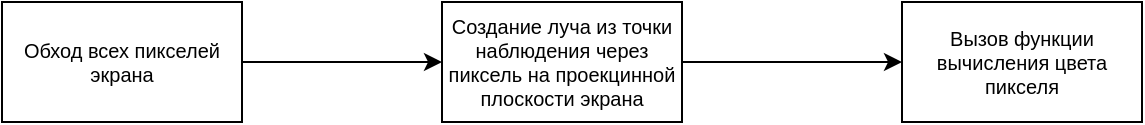
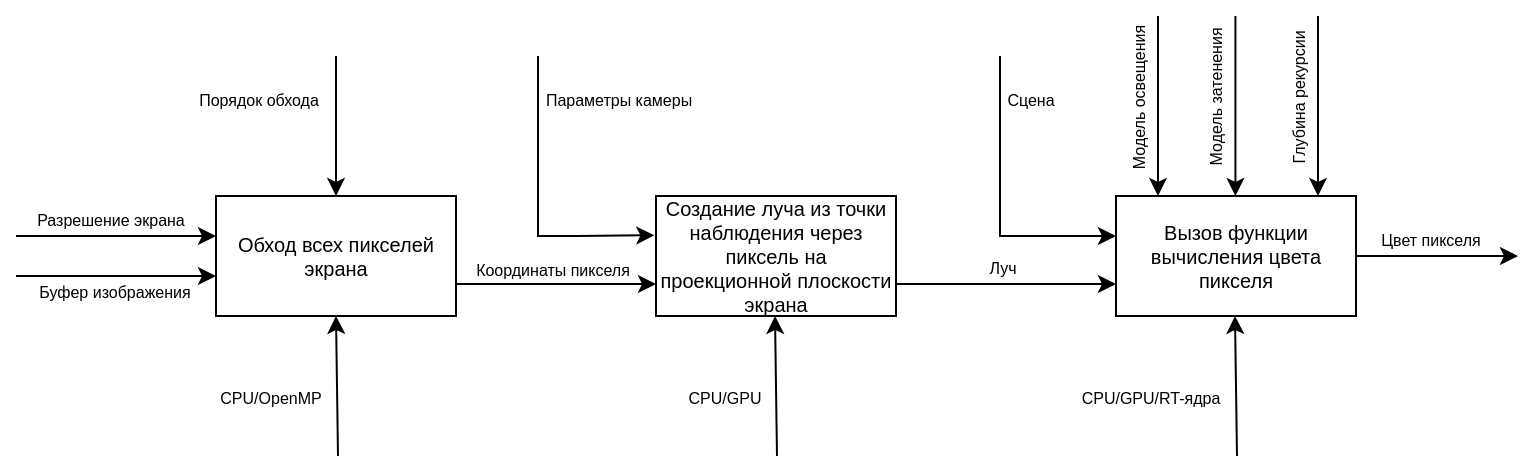
<mxfile host="Electron" agent="Mozilla/5.0 (Windows NT 10.0; Win64; x64) AppleWebKit/537.36 (KHTML, like Gecko) draw.io/26.0.9 Chrome/128.0.6613.186 Electron/32.2.5 Safari/537.36" version="26.0.9">
  <diagram name="Страница — 1" id="oJg4LkoMcXPC6njq8dp6">
-     <mxGraphModel dx="989" dy="577" grid="1" gridSize="10" guides="1" tooltips="1" connect="1" arrows="1" fold="1" page="1" pageScale="1" pageWidth="827" pageHeight="1169" math="0" shadow="0">
+     <mxGraphModel dx="819" dy="478" grid="1" gridSize="10" guides="1" tooltips="1" connect="1" arrows="1" fold="1" page="1" pageScale="1" pageWidth="827" pageHeight="1169" math="0" shadow="0">
      <root>
        <mxCell id="0" />
        <mxCell id="1" parent="0" />
-         <mxCell id="4BXz-0DY7b7LkDBiY6FI-1" value="" style="edgeStyle=orthogonalEdgeStyle;rounded=0;orthogonalLoop=1;jettySize=auto;html=1;" parent="1" source="4BXz-0DY7b7LkDBiY6FI-2" target="4BXz-0DY7b7LkDBiY6FI-4" edge="1">
-           <mxGeometry relative="1" as="geometry" />
+         <mxCell id="4BXz-0DY7b7LkDBiY6FI-1" value="" style="edgeStyle=orthogonalEdgeStyle;rounded=0;orthogonalLoop=1;jettySize=auto;html=1;" parent="1" edge="1">
+           <mxGeometry relative="1" as="geometry">
+             <mxPoint x="249" y="174" as="sourcePoint" />
+             <mxPoint x="349" y="174" as="targetPoint" />
+           </mxGeometry>
+         </mxCell>
+         <mxCell id="2sHmYhVdEKctW6JgktLd-13" value="&lt;font style=&quot;font-size: 8px;&quot;&gt;Координаты пикселя&lt;/font&gt;" style="edgeLabel;html=1;align=center;verticalAlign=middle;resizable=0;points=[];" vertex="1" connectable="0" parent="4BXz-0DY7b7LkDBiY6FI-1">
+           <mxGeometry x="-0.2229" y="1" relative="1" as="geometry">
+             <mxPoint x="9" y="-7" as="offset" />
+           </mxGeometry>
        </mxCell>
        <mxCell id="4BXz-0DY7b7LkDBiY6FI-2" value="Обход всех пикселей экрана" style="rounded=0;whiteSpace=wrap;html=1;fontSize=10;" parent="1" vertex="1">
          <mxGeometry x="129" y="130" width="120" height="60" as="geometry" />
        </mxCell>
-         <mxCell id="4BXz-0DY7b7LkDBiY6FI-3" value="" style="edgeStyle=orthogonalEdgeStyle;rounded=0;orthogonalLoop=1;jettySize=auto;html=1;" parent="1" source="4BXz-0DY7b7LkDBiY6FI-4" target="4BXz-0DY7b7LkDBiY6FI-5" edge="1">
-           <mxGeometry relative="1" as="geometry" />
+         <mxCell id="4BXz-0DY7b7LkDBiY6FI-3" value="" style="edgeStyle=orthogonalEdgeStyle;rounded=0;orthogonalLoop=1;jettySize=auto;html=1;" parent="1" edge="1">
+           <mxGeometry relative="1" as="geometry">
+             <mxPoint x="469" y="174" as="sourcePoint" />
+             <mxPoint x="579" y="174" as="targetPoint" />
+           </mxGeometry>
        </mxCell>
-         <mxCell id="4BXz-0DY7b7LkDBiY6FI-4" value="Создание луча из точки наблюдения через пиксель на проекцинной плоскости экрана" style="whiteSpace=wrap;html=1;rounded=0;fontSize=10;" parent="1" vertex="1">
+         <mxCell id="2sHmYhVdEKctW6JgktLd-19" value="&lt;font style=&quot;font-size: 8px;&quot;&gt;Луч&lt;/font&gt;" style="edgeLabel;html=1;align=center;verticalAlign=middle;resizable=0;points=[];" vertex="1" connectable="0" parent="4BXz-0DY7b7LkDBiY6FI-3">
+           <mxGeometry x="-0.2208" y="1" relative="1" as="geometry">
+             <mxPoint x="10" y="-8" as="offset" />
+           </mxGeometry>
+         </mxCell>
+         <mxCell id="4BXz-0DY7b7LkDBiY6FI-4" value="Создание луча из точки наблюдения через пиксель на проекционной плоскости экрана" style="whiteSpace=wrap;html=1;rounded=0;fontSize=10;" parent="1" vertex="1">
          <mxGeometry x="349" y="130" width="120" height="60" as="geometry" />
+         </mxCell>
+         <mxCell id="2sHmYhVdEKctW6JgktLd-17" style="edgeStyle=orthogonalEdgeStyle;rounded=0;orthogonalLoop=1;jettySize=auto;html=1;" edge="1" parent="1" source="4BXz-0DY7b7LkDBiY6FI-5">
+           <mxGeometry relative="1" as="geometry">
+             <mxPoint x="780" y="160" as="targetPoint" />
+           </mxGeometry>
+         </mxCell>
+         <mxCell id="2sHmYhVdEKctW6JgktLd-18" value="&lt;font style=&quot;font-size: 8px;&quot;&gt;Цвет пикселя&lt;/font&gt;" style="edgeLabel;html=1;align=center;verticalAlign=middle;resizable=0;points=[];" vertex="1" connectable="0" parent="2sHmYhVdEKctW6JgktLd-17">
+           <mxGeometry x="-0.2359" relative="1" as="geometry">
+             <mxPoint x="6" y="-9" as="offset" />
+           </mxGeometry>
        </mxCell>
        <mxCell id="4BXz-0DY7b7LkDBiY6FI-5" value="Вызов функции вычисления цвета пикселя" style="whiteSpace=wrap;html=1;rounded=0;fontSize=10;" parent="1" vertex="1">
          <mxGeometry x="579" y="130" width="120" height="60" as="geometry" />
+         </mxCell>
+         <mxCell id="2sHmYhVdEKctW6JgktLd-2" value="" style="edgeStyle=orthogonalEdgeStyle;rounded=0;orthogonalLoop=1;jettySize=auto;html=1;" edge="1" parent="1">
+           <mxGeometry relative="1" as="geometry">
+             <mxPoint x="29" y="169.99999999999997" as="sourcePoint" />
+             <mxPoint x="129" y="169.99999999999997" as="targetPoint" />
+           </mxGeometry>
+         </mxCell>
+         <mxCell id="2sHmYhVdEKctW6JgktLd-3" value="" style="edgeStyle=orthogonalEdgeStyle;rounded=0;orthogonalLoop=1;jettySize=auto;html=1;" edge="1" parent="1">
+           <mxGeometry relative="1" as="geometry">
+             <mxPoint x="29" y="149.99999999999997" as="sourcePoint" />
+             <mxPoint x="129" y="149.99999999999997" as="targetPoint" />
+           </mxGeometry>
+         </mxCell>
+         <mxCell id="2sHmYhVdEKctW6JgktLd-4" value="&lt;font style=&quot;font-size: 8px;&quot;&gt;Разрешение экрана&lt;/font&gt;" style="edgeLabel;html=1;align=center;verticalAlign=middle;resizable=0;points=[];" vertex="1" connectable="0" parent="2sHmYhVdEKctW6JgktLd-3">
+           <mxGeometry x="-0.1613" relative="1" as="geometry">
+             <mxPoint x="5" y="-9" as="offset" />
+           </mxGeometry>
+         </mxCell>
+         <mxCell id="2sHmYhVdEKctW6JgktLd-5" value="&lt;font style=&quot;font-size: 8px;&quot;&gt;Буфер изображения&lt;/font&gt;" style="edgeLabel;html=1;align=center;verticalAlign=middle;resizable=0;points=[];" vertex="1" connectable="0" parent="1">
+           <mxGeometry x="78" y="177" as="geometry" />
+         </mxCell>
+         <mxCell id="2sHmYhVdEKctW6JgktLd-9" value="" style="endArrow=classic;html=1;rounded=0;entryX=0.5;entryY=0;entryDx=0;entryDy=0;" edge="1" parent="1" target="4BXz-0DY7b7LkDBiY6FI-2">
+           <mxGeometry width="50" height="50" relative="1" as="geometry">
+             <mxPoint x="189" y="60" as="sourcePoint" />
+             <mxPoint x="250" y="80" as="targetPoint" />
+           </mxGeometry>
+         </mxCell>
+         <mxCell id="2sHmYhVdEKctW6JgktLd-10" value="&lt;font style=&quot;font-size: 8px;&quot;&gt;Порядок обхода&lt;/font&gt;" style="edgeLabel;html=1;align=center;verticalAlign=middle;resizable=0;points=[];fontSize=11;" vertex="1" connectable="0" parent="2sHmYhVdEKctW6JgktLd-9">
+           <mxGeometry x="0.2952" y="1" relative="1" as="geometry">
+             <mxPoint x="-40" y="-25" as="offset" />
+           </mxGeometry>
+         </mxCell>
+         <mxCell id="2sHmYhVdEKctW6JgktLd-11" value="" style="endArrow=classic;html=1;rounded=0;entryX=0.5;entryY=1;entryDx=0;entryDy=0;" edge="1" parent="1" target="4BXz-0DY7b7LkDBiY6FI-2">
+           <mxGeometry width="50" height="50" relative="1" as="geometry">
+             <mxPoint x="190" y="260" as="sourcePoint" />
+             <mxPoint x="240" y="160" as="targetPoint" />
+           </mxGeometry>
+         </mxCell>
+         <mxCell id="2sHmYhVdEKctW6JgktLd-12" value="&lt;font style=&quot;font-size: 8px;&quot;&gt;CPU/OpenMP&lt;/font&gt;" style="edgeLabel;html=1;align=center;verticalAlign=middle;resizable=0;points=[];" vertex="1" connectable="0" parent="2sHmYhVdEKctW6JgktLd-11">
+           <mxGeometry x="-0.486" y="-1" relative="1" as="geometry">
+             <mxPoint x="-35" y="-12" as="offset" />
+           </mxGeometry>
+         </mxCell>
+         <mxCell id="2sHmYhVdEKctW6JgktLd-14" value="" style="endArrow=classic;html=1;rounded=0;entryX=-0.007;entryY=0.327;entryDx=0;entryDy=0;entryPerimeter=0;" edge="1" parent="1" target="4BXz-0DY7b7LkDBiY6FI-4">
+           <mxGeometry width="50" height="50" relative="1" as="geometry">
+             <mxPoint x="290" y="60" as="sourcePoint" />
+             <mxPoint x="320" y="140" as="targetPoint" />
+             <Array as="points">
+               <mxPoint x="290" y="150" />
+               <mxPoint x="310" y="150" />
+             </Array>
+           </mxGeometry>
+         </mxCell>
+         <mxCell id="2sHmYhVdEKctW6JgktLd-16" value="&lt;font style=&quot;font-size: 8px;&quot;&gt;Параметры камеры&lt;/font&gt;" style="edgeLabel;html=1;align=center;verticalAlign=middle;resizable=0;points=[];" vertex="1" connectable="0" parent="2sHmYhVdEKctW6JgktLd-14">
+           <mxGeometry x="-0.4009" y="1" relative="1" as="geometry">
+             <mxPoint x="39" y="-24" as="offset" />
+           </mxGeometry>
+         </mxCell>
+         <mxCell id="2sHmYhVdEKctW6JgktLd-20" value="" style="endArrow=classic;html=1;rounded=0;entryX=-0.007;entryY=0.327;entryDx=0;entryDy=0;entryPerimeter=0;" edge="1" parent="1">
+           <mxGeometry width="50" height="50" relative="1" as="geometry">
+             <mxPoint x="521" y="60" as="sourcePoint" />
+             <mxPoint x="579" y="150" as="targetPoint" />
+             <Array as="points">
+               <mxPoint x="521" y="150" />
+               <mxPoint x="541" y="150" />
+             </Array>
+           </mxGeometry>
+         </mxCell>
+         <mxCell id="2sHmYhVdEKctW6JgktLd-21" value="&lt;font style=&quot;font-size: 8px;&quot;&gt;Сцена&lt;/font&gt;" style="edgeLabel;html=1;align=center;verticalAlign=middle;resizable=0;points=[];" vertex="1" connectable="0" parent="2sHmYhVdEKctW6JgktLd-20">
+           <mxGeometry x="-0.4009" y="1" relative="1" as="geometry">
+             <mxPoint x="14" y="-24" as="offset" />
+           </mxGeometry>
+         </mxCell>
+         <mxCell id="2sHmYhVdEKctW6JgktLd-22" value="" style="endArrow=classic;html=1;rounded=0;entryX=0.175;entryY=0;entryDx=0;entryDy=0;entryPerimeter=0;" edge="1" parent="1" target="4BXz-0DY7b7LkDBiY6FI-5">
+           <mxGeometry width="50" height="50" relative="1" as="geometry">
+             <mxPoint x="600" y="40" as="sourcePoint" />
+             <mxPoint x="650" y="20" as="targetPoint" />
+           </mxGeometry>
+         </mxCell>
+         <mxCell id="2sHmYhVdEKctW6JgktLd-23" value="&lt;font style=&quot;font-size: 8px;&quot;&gt;Модель освещения&lt;/font&gt;" style="edgeLabel;html=1;align=center;verticalAlign=middle;resizable=0;points=[];rotation=-90;" vertex="1" connectable="0" parent="2sHmYhVdEKctW6JgktLd-22">
+           <mxGeometry x="-0.3551" y="2" relative="1" as="geometry">
+             <mxPoint x="-13" y="12" as="offset" />
+           </mxGeometry>
+         </mxCell>
+         <mxCell id="2sHmYhVdEKctW6JgktLd-26" value="" style="endArrow=classic;html=1;rounded=0;entryX=0.175;entryY=0;entryDx=0;entryDy=0;entryPerimeter=0;" edge="1" parent="1">
+           <mxGeometry width="50" height="50" relative="1" as="geometry">
+             <mxPoint x="680" y="40" as="sourcePoint" />
+             <mxPoint x="680" y="130" as="targetPoint" />
+           </mxGeometry>
+         </mxCell>
+         <mxCell id="2sHmYhVdEKctW6JgktLd-27" value="&lt;font style=&quot;font-size: 8px;&quot;&gt;Глубина рекурсии&lt;/font&gt;" style="edgeLabel;html=1;align=center;verticalAlign=middle;resizable=0;points=[];rotation=-90;" vertex="1" connectable="0" parent="2sHmYhVdEKctW6JgktLd-26">
+           <mxGeometry x="-0.3551" y="2" relative="1" as="geometry">
+             <mxPoint x="-13" y="12" as="offset" />
+           </mxGeometry>
+         </mxCell>
+         <mxCell id="2sHmYhVdEKctW6JgktLd-28" value="" style="endArrow=classic;html=1;rounded=0;entryX=0.175;entryY=0;entryDx=0;entryDy=0;entryPerimeter=0;" edge="1" parent="1">
+           <mxGeometry width="50" height="50" relative="1" as="geometry">
+             <mxPoint x="638.71" y="40" as="sourcePoint" />
+             <mxPoint x="638.71" y="130" as="targetPoint" />
+           </mxGeometry>
+         </mxCell>
+         <mxCell id="2sHmYhVdEKctW6JgktLd-29" value="&lt;span style=&quot;font-size: 8px;&quot;&gt;Модель затенения&lt;/span&gt;" style="edgeLabel;html=1;align=center;verticalAlign=middle;resizable=0;points=[];rotation=-90;" vertex="1" connectable="0" parent="2sHmYhVdEKctW6JgktLd-28">
+           <mxGeometry x="-0.3551" y="2" relative="1" as="geometry">
+             <mxPoint x="-13" y="12" as="offset" />
+           </mxGeometry>
+         </mxCell>
+         <mxCell id="2sHmYhVdEKctW6JgktLd-30" value="" style="endArrow=classic;html=1;rounded=0;entryX=0.5;entryY=1;entryDx=0;entryDy=0;" edge="1" parent="1">
+           <mxGeometry width="50" height="50" relative="1" as="geometry">
+             <mxPoint x="639.5" y="260" as="sourcePoint" />
+             <mxPoint x="638.5" y="190" as="targetPoint" />
+           </mxGeometry>
+         </mxCell>
+         <mxCell id="2sHmYhVdEKctW6JgktLd-31" value="&lt;font style=&quot;font-size: 8px;&quot;&gt;CPU/GPU/RT-ядра&lt;/font&gt;" style="edgeLabel;html=1;align=center;verticalAlign=middle;resizable=0;points=[];" vertex="1" connectable="0" parent="2sHmYhVdEKctW6JgktLd-30">
+           <mxGeometry x="-0.486" y="-1" relative="1" as="geometry">
+             <mxPoint x="-44" y="-12" as="offset" />
+           </mxGeometry>
+         </mxCell>
+         <mxCell id="2sHmYhVdEKctW6JgktLd-32" value="" style="endArrow=classic;html=1;rounded=0;entryX=0.5;entryY=1;entryDx=0;entryDy=0;" edge="1" parent="1">
+           <mxGeometry width="50" height="50" relative="1" as="geometry">
+             <mxPoint x="409.5" y="260" as="sourcePoint" />
+             <mxPoint x="408.5" y="190" as="targetPoint" />
+           </mxGeometry>
+         </mxCell>
+         <mxCell id="2sHmYhVdEKctW6JgktLd-33" value="&lt;font style=&quot;font-size: 8px;&quot;&gt;CPU/GPU&lt;/font&gt;" style="edgeLabel;html=1;align=center;verticalAlign=middle;resizable=0;points=[];" vertex="1" connectable="0" parent="2sHmYhVdEKctW6JgktLd-32">
+           <mxGeometry x="-0.486" y="-1" relative="1" as="geometry">
+             <mxPoint x="-27" y="-12" as="offset" />
+           </mxGeometry>
        </mxCell>
      </root>
    </mxGraphModel>
  </diagram>
</mxfile>
